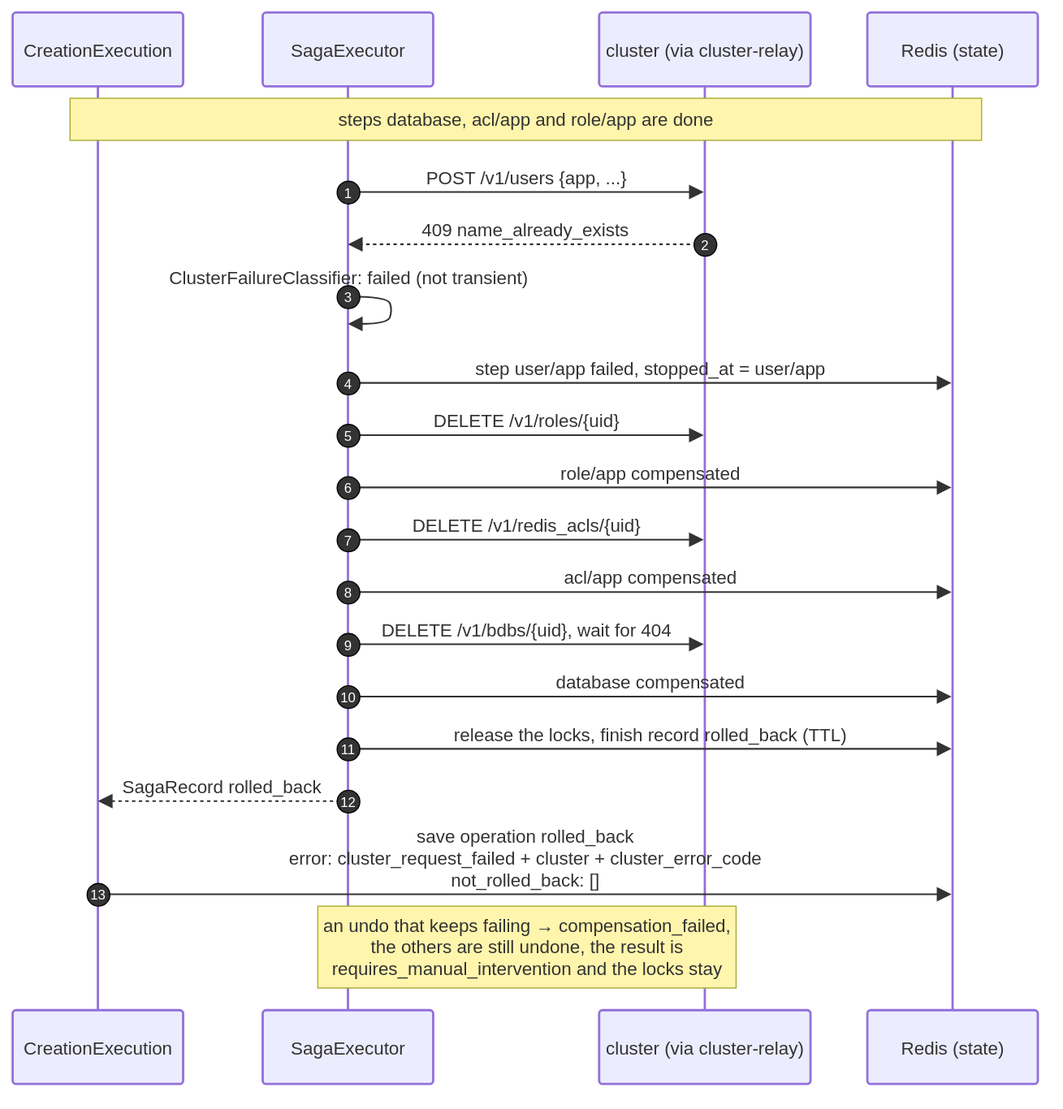
This is docs/diagrams/11-seq-rollback-single-site.drawio.svg from EliShteinman/redis-enterprise-services, a draw.io export, as it was before one commit. Source tidied: cells renumbered, new cells last; positions are measured from the earlier drawing's top-left corner, leaving out a move shared by most shapes.
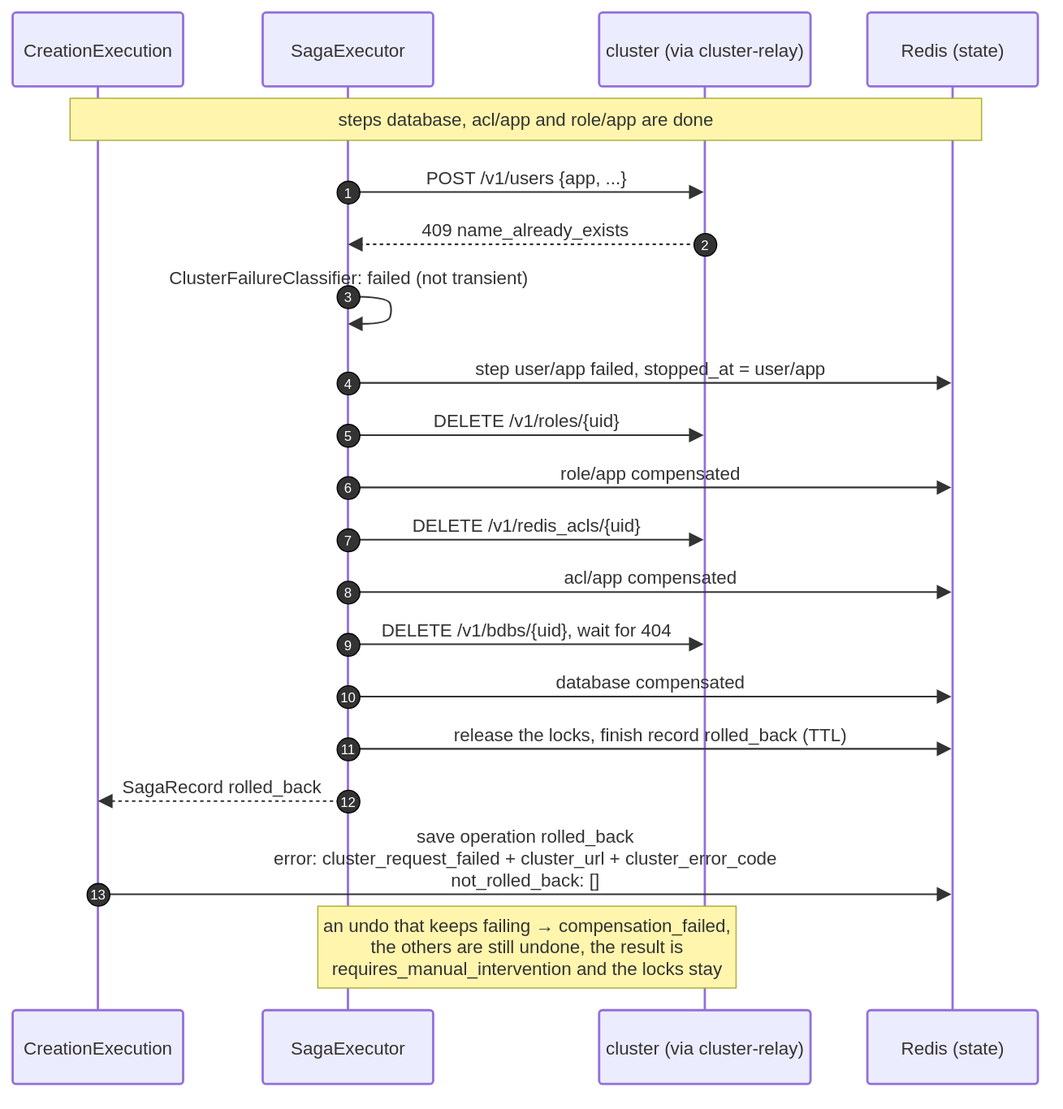
The same file after the commit.

Diff of the diagram source:
```diff
@@ -139,7 +139,7 @@
     <mxCell id="30" value="12" style="ellipse;fillColor=light-dark(#333333,#cccccc);align=center;verticalAlign=middle;fontColor=light-dark(#FFFFFF,#333333);fontSize=12;" parent="1" vertex="1">
       <mxGeometry x="285" y="684" width="20" height="20" as="geometry" />
     </mxCell>
-    <mxCell id="31" value="save operation rolled_back&#10;error: cluster_request_failed + cluster + cluster_error_code&#10;not_rolled_back: []" style="endArrow=block;endSize=9;verticalAlign=bottom;spacingBottom=2;edgeStyle=sequenceEdgeStyle;libavoidRouting=0;curved=0;rounded=0;fontSize=16;labelBackgroundColor=none;strokeWidth=1.5;strokeColor=light-dark(#333333,#cccccc);fontColor=light-dark(#333333,#cccccc);fontFamily=Trebuchet MS,Verdana,Arial,sans-serif;" parent="1" edge="1" source="2" target="5">
+    <mxCell id="31" value="save operation rolled_back&#10;error: cluster_request_failed + cluster_url + cluster_error_code&#10;not_rolled_back: []" style="endArrow=block;endSize=9;verticalAlign=bottom;spacingBottom=2;edgeStyle=sequenceEdgeStyle;libavoidRouting=0;curved=0;rounded=0;fontSize=16;labelBackgroundColor=none;strokeWidth=1.5;strokeColor=light-dark(#333333,#cccccc);fontColor=light-dark(#333333,#cccccc);fontFamily=Trebuchet MS,Verdana,Arial,sans-serif;" parent="1" edge="1" source="2" target="5">
       <mxGeometry relative="1" as="geometry">
         <Array as="points">
           <mxPoint x="451" y="776" />
```
